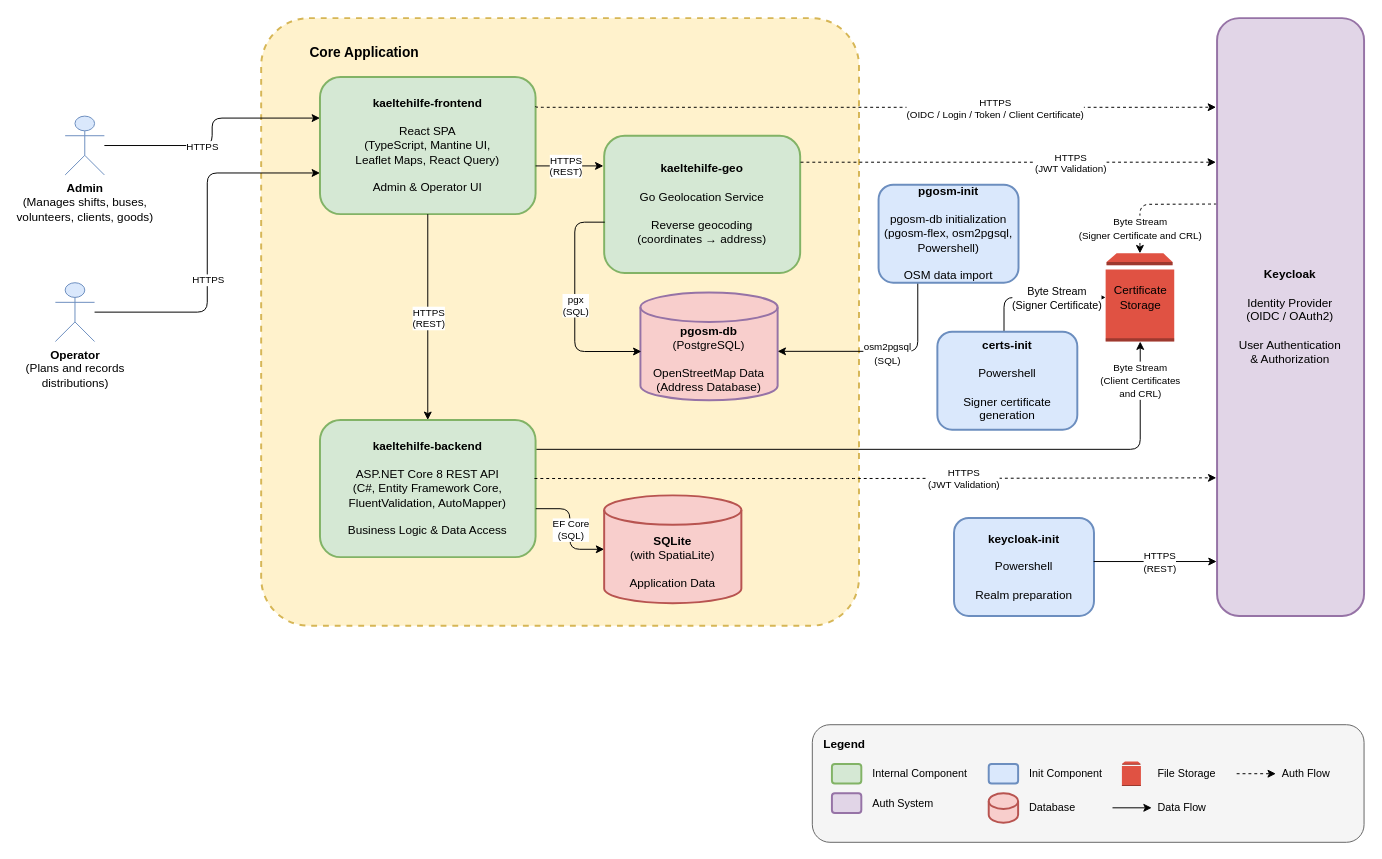
This is docs/img/architecture/2_building_block.drawio from Businesskasper/kaeltehilfe, a draw.io file, before an edit. Source tidied: cells renumbered, new cells numbered last; positions are measured from the earlier drawing's top-left corner, leaving out a move shared by most shapes. Both pictures are drawn from the tidied source at 98%, with x=0, y=0 at pixel (55, 18).
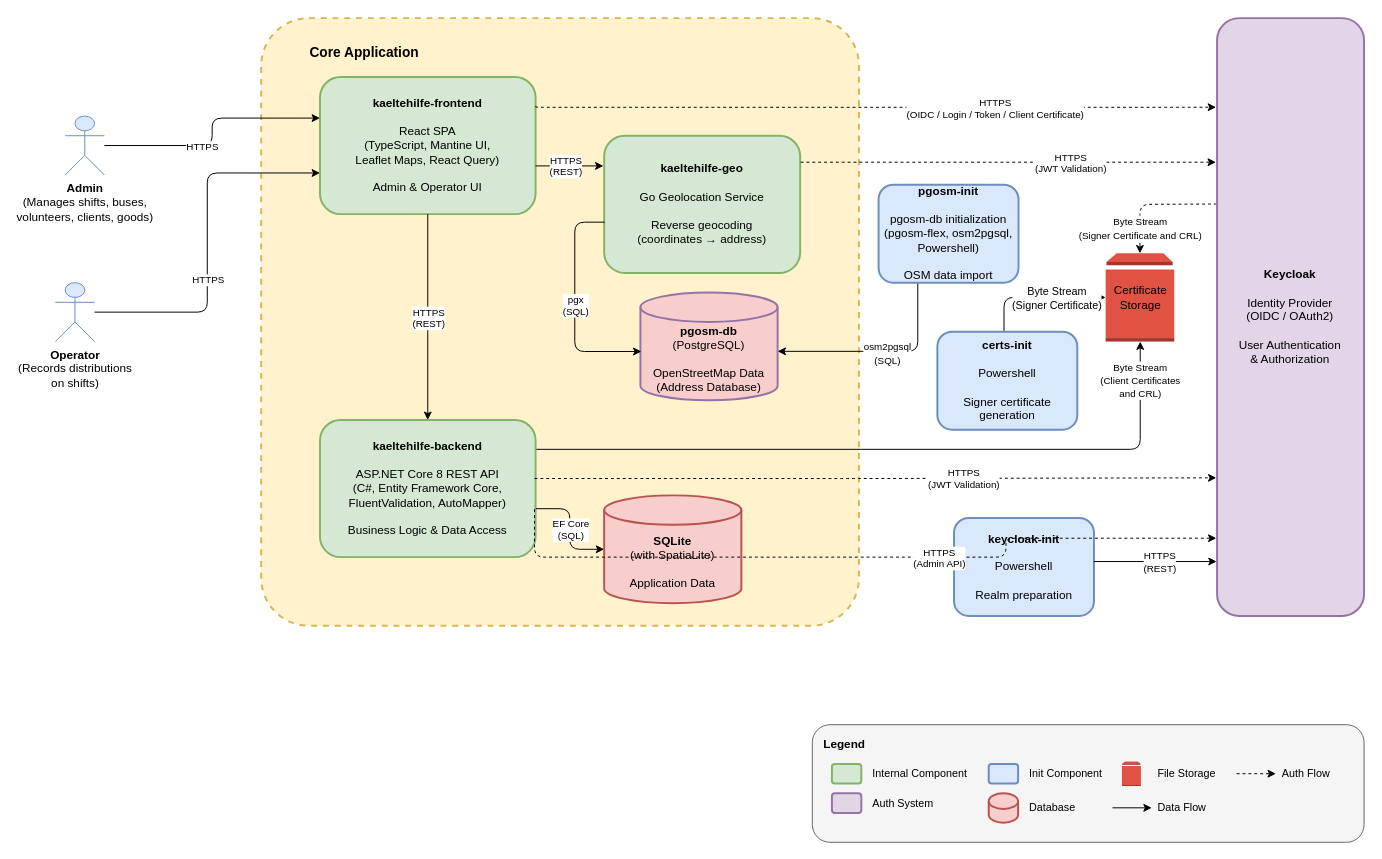
The same diagram, later.

The change refers to these unchanged cells:
```xml
<mxCell id="8" value="&lt;b&gt;kaeltehilfe-backend&lt;/b&gt;&lt;br&gt;&lt;br&gt;ASP.NET Core 8 REST API&lt;br&gt;(C#, Entity Framework Core,&lt;br&gt;FluentValidation, AutoMapper)&lt;br&gt;&lt;br&gt;Business Logic &amp; Data Access" style="rounded=1;whiteSpace=wrap;html=1;fillColor=#d5e8d4;strokeColor=#82b366;strokeWidth=2;fontSize=12;" parent="1" vertex="1">
  <mxGeometry x="270" y="410" width="220" height="140" as="geometry" />
</mxCell>
<mxCell id="12" value="&lt;b&gt;Keycloak&lt;/b&gt;&lt;br&gt;&lt;br&gt;Identity Provider&lt;br&gt;(OIDC / OAuth2)&lt;br&gt;&lt;br&gt;User Authentication&lt;br&gt;&amp; Authorization" style="rounded=1;whiteSpace=wrap;html=1;fillColor=#e1d5e7;strokeColor=#9673a6;strokeWidth=2;fontSize=12;" parent="1" vertex="1">
  <mxGeometry x="1185.4" width="150" height="610" as="geometry" />
</mxCell>
```

What changed in the source:
```diff
@@
-    <mxCell id="3" value="&lt;b&gt;Operator&lt;/b&gt;&lt;br&gt;(Plans and records&lt;br&gt;distributions)" style="shape=umlActor;verticalLabelPosition=bottom;verticalAlign=top;html=1;outlineConnect=0;fillColor=#dae8fc;strokeColor=#6c8ebf;" parent="1" vertex="1">
+    <mxCell id="3" value="&lt;b&gt;Operator&lt;/b&gt;&lt;br&gt;(Records distributions&lt;br&gt;on shifts)" style="shape=umlActor;verticalLabelPosition=bottom;verticalAlign=top;html=1;outlineConnect=0;fillColor=#dae8fc;strokeColor=#6c8ebf;" parent="1" vertex="1">
       <mxGeometry y="270" width="40" height="60" as="geometry" />
     </mxCell>
@@
+    <mxCell id="61" style="edgeStyle=orthogonalEdgeStyle;rounded=1;jettySize=auto;html=1;dashed=1;exitX=0.995;exitY=0.65;exitDx=0;exitDy=0;exitPerimeter=0;entryX=-0.005;entryY=0.87;entryDx=0;entryDy=0;entryPerimeter=0;" parent="1" edge="1" source="8" target="12">
+      <mxGeometry relative="1" as="geometry">
+        <Array as="points">
+          <mxPoint x="970" y="550" />
+        </Array>
+      </mxGeometry>
+    </mxCell>
+    <mxCell id="62" value="HTTPS&lt;br&gt;(Admin API)" style="edgeLabel;html=1;align=center;verticalAlign=middle;fontSize=10;" parent="61" vertex="1">
+      <mxGeometry relative="1" as="geometry">
+        <mxPoint x="80" as="offset" />
+      </mxGeometry>
+    </mxCell>
```
